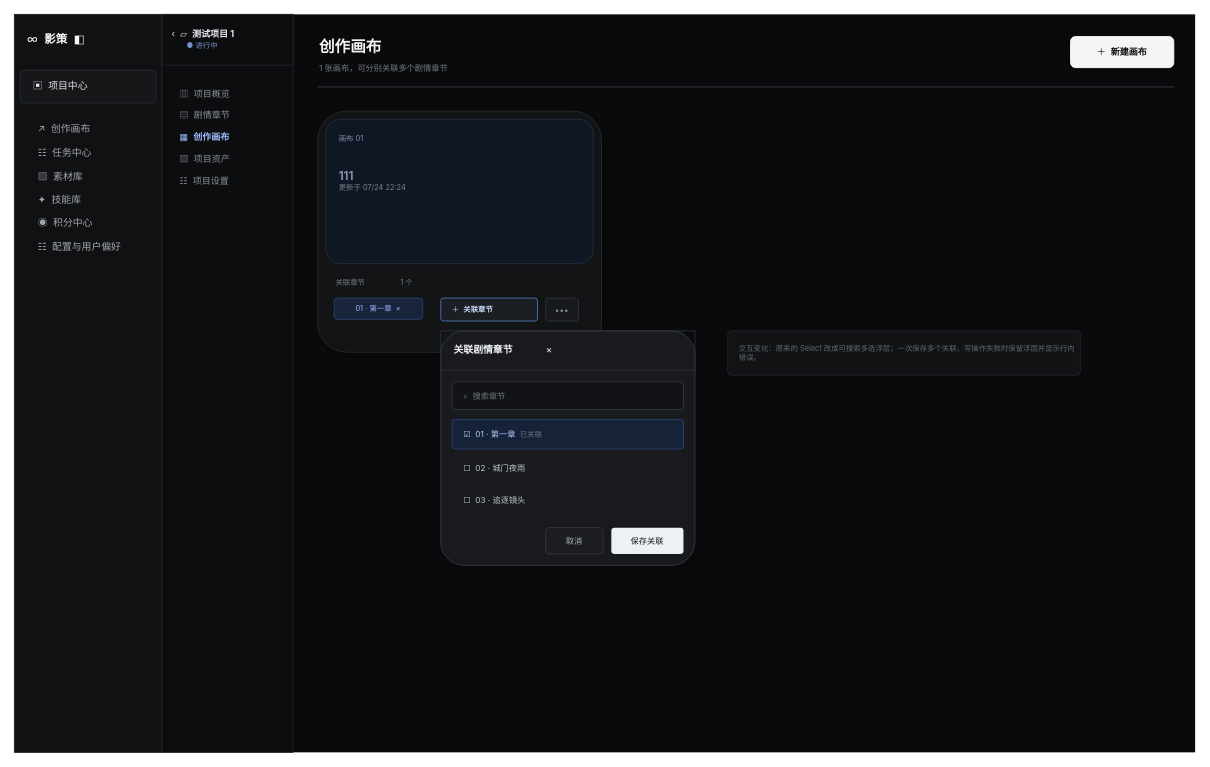
This is page "03 章节关联浮层" (3 of 3) of assets/prototypes/project-canvas-ui-interactions.drawio from xum74526-art/kai--, a draw.io file, before an edit. Source tidied: cells renumbered, new cells numbered last; positions are measured from the earlier drawing's top-left corner, leaving out a move shared by most shapes. Both pictures are drawn from the tidied source at 82%, with x=0, y=0 at pixel (14, 14).
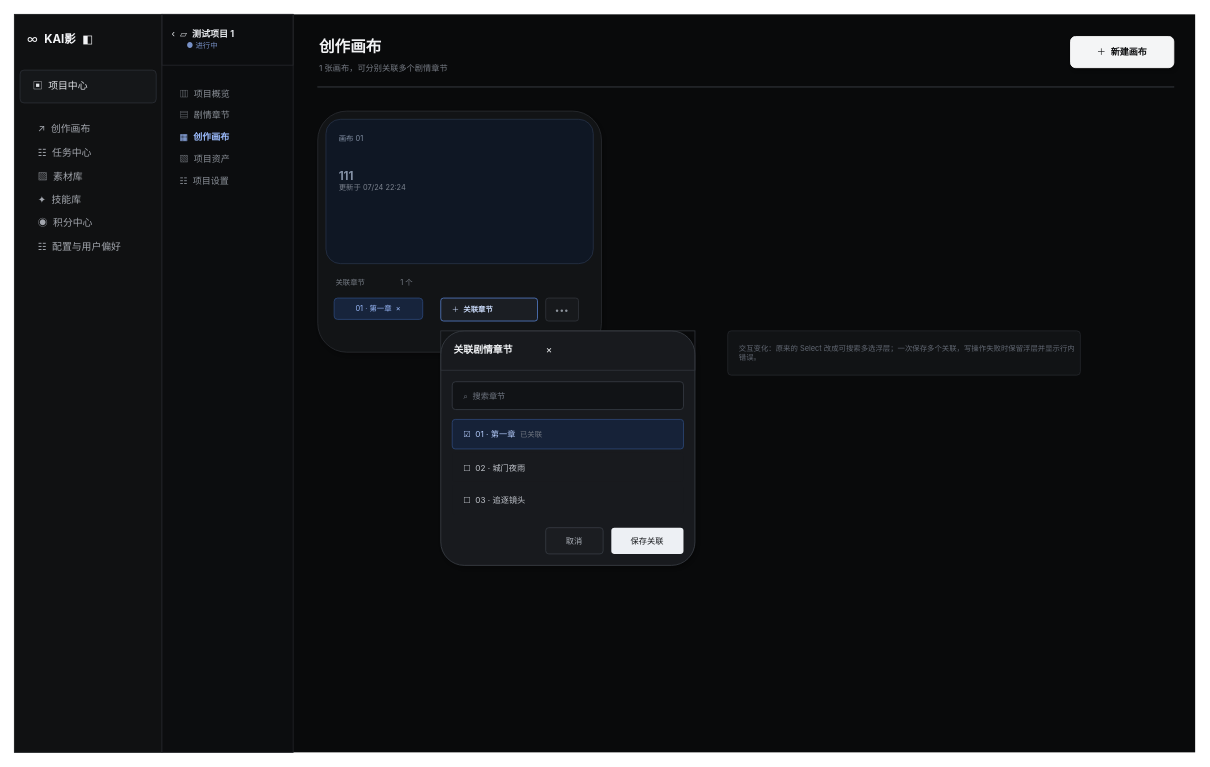
The same page after the edit.

The edit, as a diff of the source:
```diff
@@
-    <mxCell id="4" value="∞&amp;nbsp;&amp;nbsp;&lt;b&gt;影策&lt;/b&gt;&amp;nbsp;&amp;nbsp;◧" style="rounded=0;whiteSpace=wrap;html=1;fillColor=none;strokeColor=none;fontColor=#f3f4f6;fontSize=14;fontFamily=SF Pro Display,PingFang SC,sans-serif;align=left;verticalAlign=middle;spacingLeft=14;" parent="1" vertex="1">
+    <mxCell id="4" value="∞&amp;nbsp;&amp;nbsp;&lt;b&gt;KAI影&lt;/b&gt;&amp;nbsp;&amp;nbsp;◧" style="rounded=0;whiteSpace=wrap;html=1;fillColor=none;strokeColor=none;fontColor=#f3f4f6;fontSize=14;fontFamily=SF Pro Display,PingFang SC,sans-serif;align=left;verticalAlign=middle;spacingLeft=14;" parent="1" vertex="1">
       <mxGeometry y="10" width="174" height="42" as="geometry" />
     </mxCell>
```
